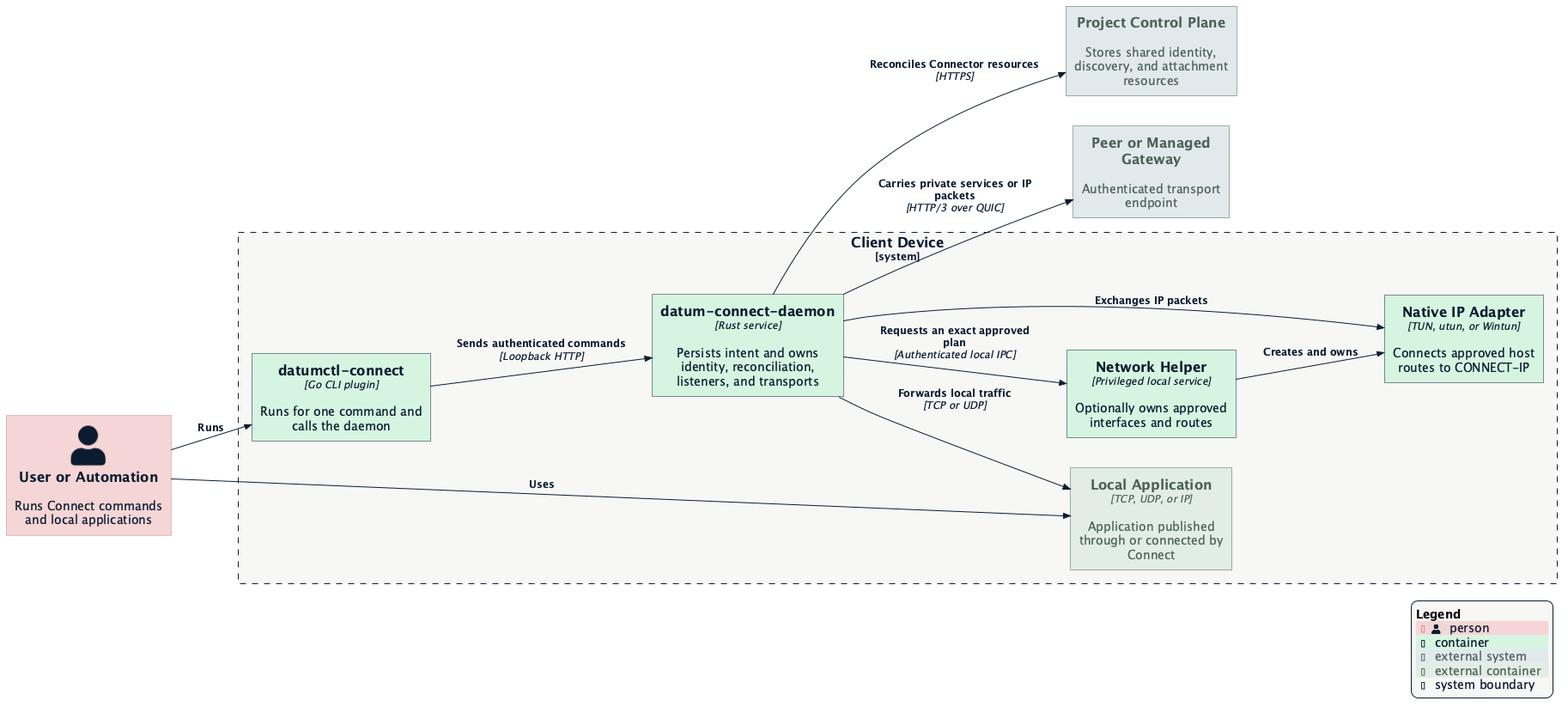
Earlier version of the PlantUML export docs/diagrams/client-device.png (datum-cloud/connect). Source of this version:
```plantuml
@startuml client-device
!$NEW_C4_STYLE = 1
!include https://raw.githubusercontent.com/plantuml-stdlib/C4-PlantUML/master/C4_Container.puml
!include datum-theme.puml

LAYOUT_LEFT_RIGHT()

Person(user, "User or Automation", "Runs Connect commands and local applications")

System_Boundary(device, "Client Device") {
    Container(cli, "datumctl-connect", "Go CLI plugin", "Runs for one command and calls the daemon")
    Container(daemon, "datum-connect-daemon", "Rust service", "Persists intent and owns identity, reconciliation, listeners, and transports")
    Container(helper, "Network Helper", "Privileged local service", "Optionally owns approved interfaces and routes")
    Container(adapter, "Native IP Adapter", "TUN, utun, or Wintun", "Connects approved host routes to CONNECT-IP")
    Container_Ext(app, "Local Application", "TCP, UDP, or IP", "Application published through or connected by Connect")
}

System_Ext(project_api, "Project Control Plane", "Stores shared identity, discovery, and attachment resources")
System_Ext(remote, "Peer or Managed Gateway", "Authenticated transport endpoint")

Rel(user, cli, "Runs")
Rel(user, app, "Uses")
Rel(cli, daemon, "Sends authenticated commands", "Loopback HTTP")
Rel(daemon, app, "Forwards local traffic", "TCP or UDP")
Rel(daemon, helper, "Requests an exact approved plan", "Authenticated local IPC")
Rel(helper, adapter, "Creates and owns")
Rel(daemon, adapter, "Exchanges IP packets")
Rel(daemon, project_api, "Reconciles Connector resources", "HTTPS")
Rel(daemon, remote, "Carries private services or IP packets", "HTTP/3 over QUIC")

SHOW_LEGEND()
@enduml
```
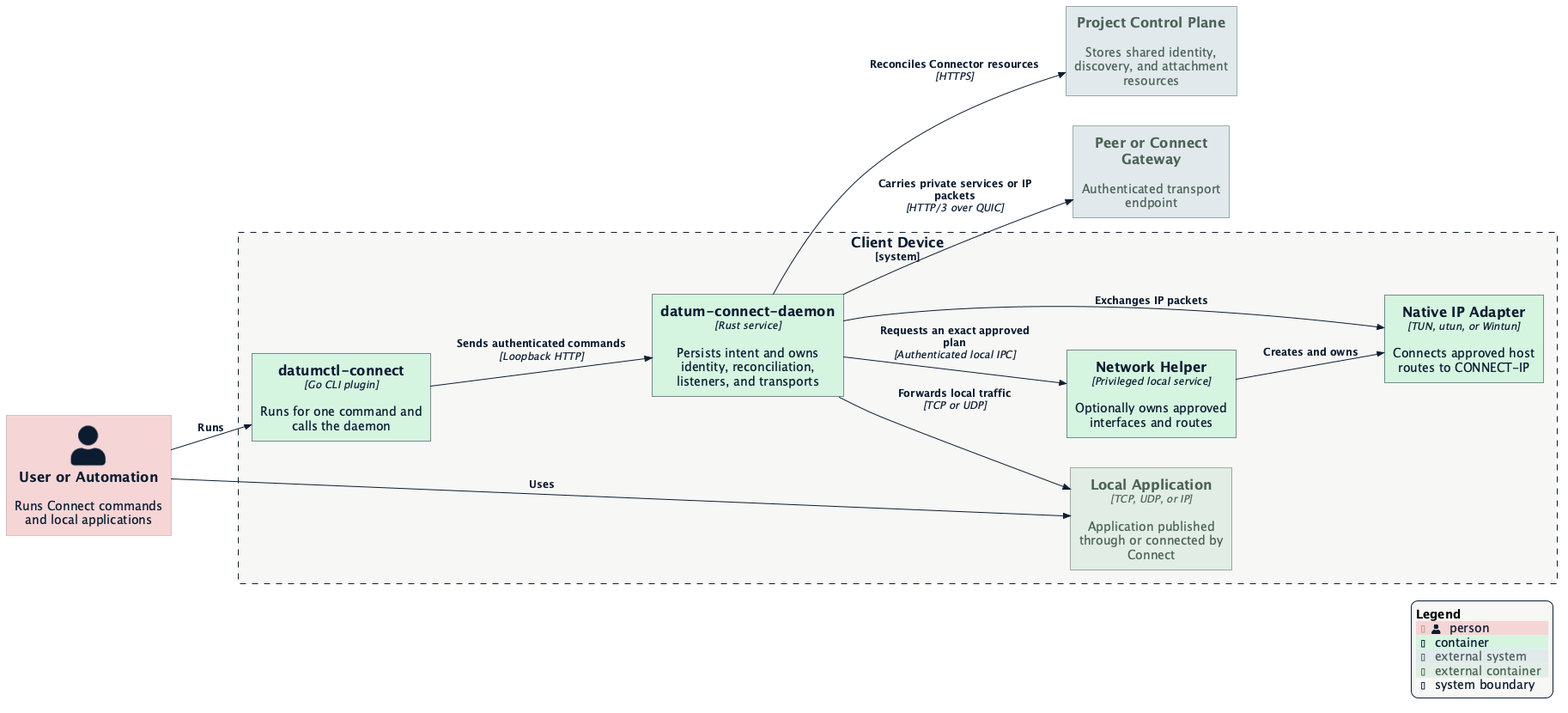
The same file after the commit.

Change to the diagram source:
```diff
@@ -16,7 +16,7 @@
 }
 
 System_Ext(project_api, "Project Control Plane", "Stores shared identity, discovery, and attachment resources")
-System_Ext(remote, "Peer or Managed Gateway", "Authenticated transport endpoint")
+System_Ext(remote, "Peer or Connect Gateway", "Authenticated transport endpoint")
 
 Rel(user, cli, "Runs")
 Rel(user, app, "Uses")
```
